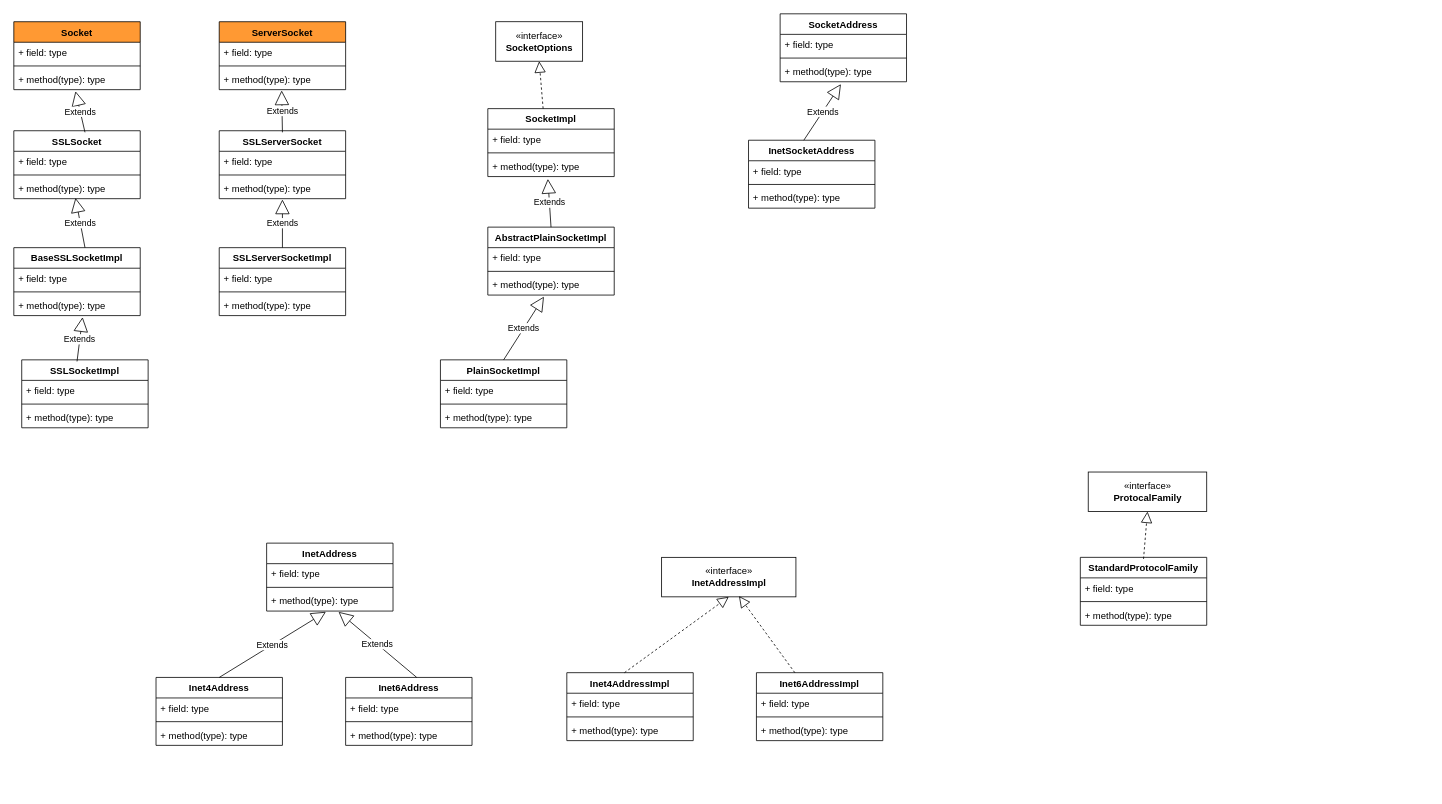
The draw.io diagram page "网络" (7 of 10) of JDK.drawio in tadsimons/draw, before the edit. Source tidied: cells renumbered, new cells numbered last; positions are measured from the earlier drawing's top-left corner, leaving out a move shared by most shapes. Both pictures are drawn from the tidied source at 79%, with x=0, y=0 at pixel (13, 13).
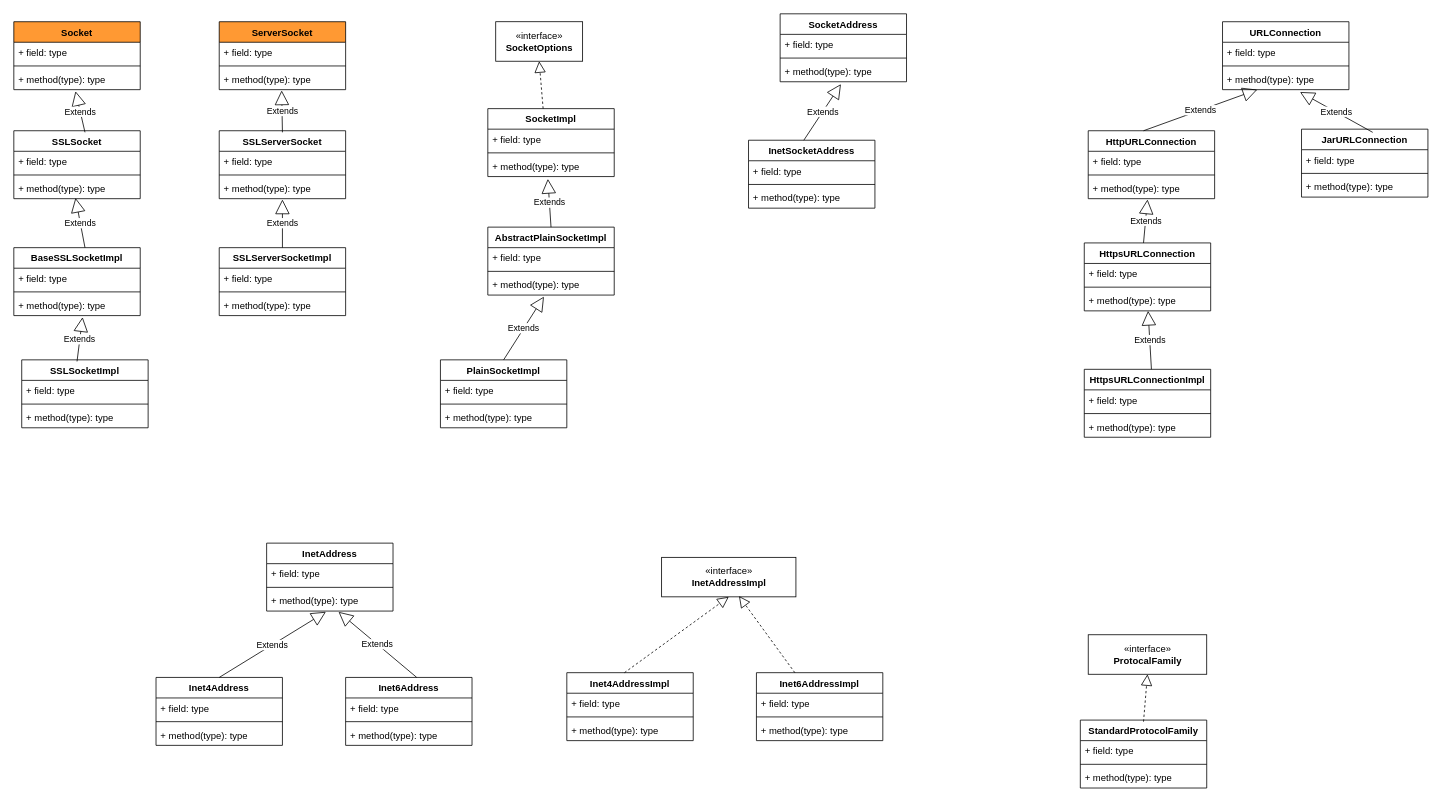
After the change.

Diff of the diagram source:
```diff
@@
+    <mxCell id="91" value="URLConnection" style="swimlane;fontStyle=1;align=center;verticalAlign=top;horizontal=1;startSize=26;fillColor=#FFFFFF;" parent="1" vertex="1">
+      <mxGeometry x="1530" y="10" width="160" height="86" as="geometry" />
+    </mxCell>
+    <mxCell id="92" value="+ field: type" style="text;strokeColor=none;fillColor=none;align=left;verticalAlign=top;spacingLeft=4;spacingRight=4;overflow=hidden;" parent="91" vertex="1">
+      <mxGeometry y="26" width="160" height="26" as="geometry" />
+    </mxCell>
+    <mxCell id="93" style="line;strokeWidth=1;fillColor=none;align=left;verticalAlign=middle;spacingTop=-1;spacingLeft=3;spacingRight=3;labelPosition=right;" parent="91" vertex="1">
+      <mxGeometry y="52" width="160" height="8" as="geometry" />
+    </mxCell>
+    <mxCell id="94" value="+ method(type): type" style="text;strokeColor=none;fillColor=none;align=left;verticalAlign=top;spacingLeft=4;spacingRight=4;overflow=hidden;points=[[0,0.5],[1,0.5]];portConstraint=eastwest;" parent="91" vertex="1">
+      <mxGeometry y="60" width="160" height="26" as="geometry" />
+    </mxCell>
@@
+    <mxCell id="95" value="HttpURLConnection" style="swimlane;fontStyle=1;align=center;verticalAlign=top;horizontal=1;startSize=26;fillColor=#FFFFFF;" parent="1" vertex="1">
+      <mxGeometry x="1360" y="148" width="160" height="86" as="geometry" />
+    </mxCell>
+    <mxCell id="96" value="Extends" style="endArrow=block;endSize=16;endFill=0;html=1;" parent="95" edge="1" target="94">
+      <mxGeometry relative="1" as="geometry">
+        <mxPoint x="70" as="sourcePoint" />
+      </mxGeometry>
+    </mxCell>
+    <mxCell id="97" value="+ field: type" style="text;strokeColor=none;fillColor=none;align=left;verticalAlign=top;spacingLeft=4;spacingRight=4;overflow=hidden;" parent="95" vertex="1">
+      <mxGeometry y="26" width="160" height="26" as="geometry" />
+    </mxCell>
+    <mxCell id="98" style="line;strokeWidth=1;fillColor=none;align=left;verticalAlign=middle;spacingTop=-1;spacingLeft=3;spacingRight=3;labelPosition=right;" parent="95" vertex="1">
+      <mxGeometry y="52" width="160" height="8" as="geometry" />
+    </mxCell>
+    <mxCell id="99" value="+ method(type): type" style="text;strokeColor=none;fillColor=none;align=left;verticalAlign=top;spacingLeft=4;spacingRight=4;overflow=hidden;points=[[0,0.5],[1,0.5]];portConstraint=eastwest;" parent="95" vertex="1">
+      <mxGeometry y="60" width="160" height="26" as="geometry" />
+    </mxCell>
@@
     <mxCell id="85" value="«interface»&lt;br&gt;&lt;b&gt;ProtocalFamily&lt;/b&gt;" style="html=1;fillColor=#FFFFFF;" parent="1" vertex="1">
-      <mxGeometry x="1360" y="580" width="150" height="50" as="geometry" />
+      <mxGeometry x="1360" y="786" width="150" height="50" as="geometry" />
     </mxCell>
+    <mxCell id="100" value="HttpsURLConnection" style="swimlane;fontStyle=1;align=center;verticalAlign=top;horizontal=1;startSize=26;fillColor=#FFFFFF;" parent="1" vertex="1">
+      <mxGeometry x="1355" y="290" width="160" height="86" as="geometry" />
+    </mxCell>
+    <mxCell id="101" value="Extends" style="endArrow=block;endSize=16;endFill=0;html=1;entryX=0.469;entryY=1.038;entryDx=0;entryDy=0;entryPerimeter=0;" parent="100" edge="1" target="99">
+      <mxGeometry relative="1" as="geometry">
+        <mxPoint x="75" as="sourcePoint" />
+      </mxGeometry>
+    </mxCell>
+    <mxCell id="102" value="+ field: type" style="text;strokeColor=none;fillColor=none;align=left;verticalAlign=top;spacingLeft=4;spacingRight=4;overflow=hidden;" parent="100" vertex="1">
+      <mxGeometry y="26" width="160" height="26" as="geometry" />
+    </mxCell>
+    <mxCell id="103" style="line;strokeWidth=1;fillColor=none;align=left;verticalAlign=middle;spacingTop=-1;spacingLeft=3;spacingRight=3;labelPosition=right;" parent="100" vertex="1">
+      <mxGeometry y="52" width="160" height="8" as="geometry" />
+    </mxCell>
+    <mxCell id="104" value="+ method(type): type" style="text;strokeColor=none;fillColor=none;align=left;verticalAlign=top;spacingLeft=4;spacingRight=4;overflow=hidden;points=[[0,0.5],[1,0.5]];portConstraint=eastwest;" parent="100" vertex="1">
+      <mxGeometry y="60" width="160" height="26" as="geometry" />
+    </mxCell>
     <mxCell id="86" value="StandardProtocolFamily" style="swimlane;fontStyle=1;align=center;verticalAlign=top;horizontal=1;startSize=26;fillColor=#FFFFFF;" parent="1" vertex="1">
-      <mxGeometry x="1350" y="688" width="160" height="86" as="geometry" />
+      <mxGeometry x="1350" y="894" width="160" height="86" as="geometry" />
     </mxCell>
@@
+    <mxCell id="105" value="HttpsURLConnectionImpl" style="swimlane;fontStyle=1;align=center;verticalAlign=top;horizontal=1;startSize=26;fillColor=#FFFFFF;" parent="1" vertex="1">
+      <mxGeometry x="1355" y="450" width="160" height="86" as="geometry" />
+    </mxCell>
+    <mxCell id="106" value="Extends" style="endArrow=block;endSize=16;endFill=0;html=1;" parent="105" edge="1" target="104">
+      <mxGeometry relative="1" as="geometry">
+        <mxPoint x="85" as="sourcePoint" />
+      </mxGeometry>
+    </mxCell>
+    <mxCell id="107" value="+ field: type" style="text;strokeColor=none;fillColor=none;align=left;verticalAlign=top;spacingLeft=4;spacingRight=4;overflow=hidden;" parent="105" vertex="1">
+      <mxGeometry y="26" width="160" height="26" as="geometry" />
+    </mxCell>
+    <mxCell id="108" style="line;strokeWidth=1;fillColor=none;align=left;verticalAlign=middle;spacingTop=-1;spacingLeft=3;spacingRight=3;labelPosition=right;" parent="105" vertex="1">
+      <mxGeometry y="52" width="160" height="8" as="geometry" />
+    </mxCell>
+    <mxCell id="109" value="+ method(type): type" style="text;strokeColor=none;fillColor=none;align=left;verticalAlign=top;spacingLeft=4;spacingRight=4;overflow=hidden;" parent="105" vertex="1">
+      <mxGeometry y="60" width="160" height="26" as="geometry" />
+    </mxCell>
+    <mxCell id="110" value="JarURLConnection" style="swimlane;fontStyle=1;align=center;verticalAlign=top;horizontal=1;startSize=26;fillColor=#FFFFFF;" parent="1" vertex="1">
+      <mxGeometry x="1630" y="146" width="160" height="86" as="geometry" />
+    </mxCell>
+    <mxCell id="111" value="+ field: type" style="text;strokeColor=none;fillColor=none;align=left;verticalAlign=top;spacingLeft=4;spacingRight=4;overflow=hidden;" parent="110" vertex="1">
+      <mxGeometry y="26" width="160" height="26" as="geometry" />
+    </mxCell>
+    <mxCell id="112" style="line;strokeWidth=1;fillColor=none;align=left;verticalAlign=middle;spacingTop=-1;spacingLeft=3;spacingRight=3;labelPosition=right;" parent="110" vertex="1">
+      <mxGeometry y="52" width="160" height="8" as="geometry" />
+    </mxCell>
+    <mxCell id="113" value="+ method(type): type" style="text;strokeColor=none;fillColor=none;align=left;verticalAlign=top;spacingLeft=4;spacingRight=4;overflow=hidden;" parent="110" vertex="1">
+      <mxGeometry y="60" width="160" height="26" as="geometry" />
+    </mxCell>
+    <mxCell id="114" value="Extends" style="endArrow=block;endSize=16;endFill=0;html=1;entryX=0.613;entryY=1.115;entryDx=0;entryDy=0;entryPerimeter=0;exitX=0.563;exitY=0.047;exitDx=0;exitDy=0;exitPerimeter=0;" parent="1" edge="1" source="110" target="94">
+      <mxGeometry relative="1" as="geometry" />
+    </mxCell>
```
